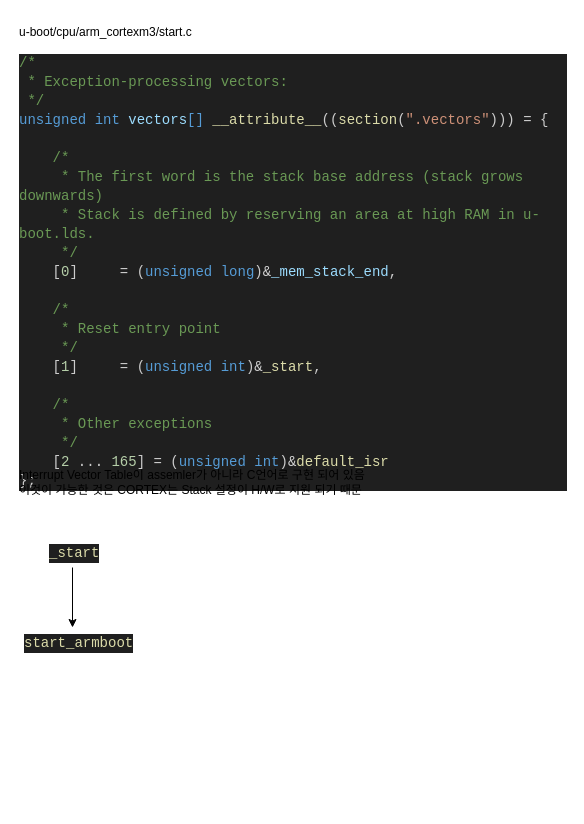
Before: u-boot source 분석.drawio in BongSeok/STM32_LINUX, a draw.io diagram. Source tidied: cells renumbered, new cells numbered last; positions are measured from the earlier drawing's top-left corner, leaving out a move shared by most shapes. Both pictures are drawn from the tidied source at 100%, with x=0, y=0 at pixel (17, 17).
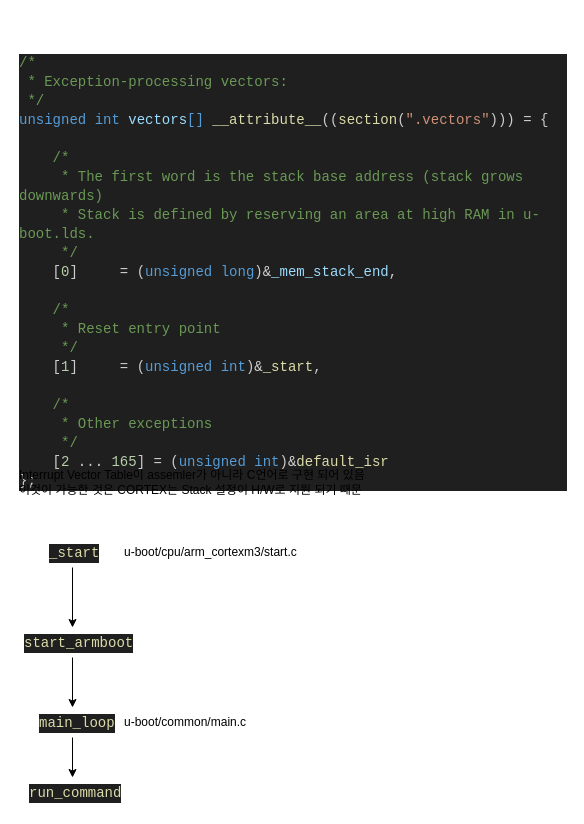
The same diagram, later.

Commit message (it also covers changes not shown here):
u-boot source 분석.drawio 업데이트

What changed in the source:
```diff
@@
 <mxGraphModel>
   <root>
     <mxCell id="0" />
     <mxCell id="1" parent="0" />
     <mxCell id="2" value="u-boot/cpu/arm_cortexm3/start.c" style="text;html=1;strokeColor=none;fillColor=none;align=left;verticalAlign=middle;whiteSpace=wrap;rounded=0;" parent="1" vertex="1">
-      <mxGeometry width="190" height="30" as="geometry" />
+      <mxGeometry x="105" y="520" width="190" height="30" as="geometry" />
     </mxCell>
     <mxCell id="3" value="&lt;div style=&quot;color: rgb(204, 204, 204); background-color: rgb(31, 31, 31); font-family: Consolas, &amp;quot;Courier New&amp;quot;, monospace; font-weight: normal; font-size: 14px; line-height: 19px;&quot;&gt;&lt;div&gt;&lt;span style=&quot;color: #6a9955;&quot;&gt;/*&lt;/span&gt;&lt;/div&gt;&lt;div&gt;&lt;span style=&quot;color: #6a9955;&quot;&gt;&amp;nbsp;* Exception-processing vectors:&lt;/span&gt;&lt;/div&gt;&lt;div&gt;&lt;span style=&quot;color: #6a9955;&quot;&gt;&amp;nbsp;*/&lt;/span&gt;&lt;/div&gt;&lt;div&gt;&lt;span style=&quot;color: #569cd6;&quot;&gt;unsigned&lt;/span&gt;&lt;span style=&quot;color: #cccccc;&quot;&gt; &lt;/span&gt;&lt;span style=&quot;color: #569cd6;&quot;&gt;int&lt;/span&gt;&lt;span style=&quot;color: #cccccc;&quot;&gt; &lt;/span&gt;&lt;span style=&quot;color: #9cdcfe;&quot;&gt;vectors&lt;/span&gt;&lt;span style=&quot;color: #569cd6;&quot;&gt;[]&lt;/span&gt;&lt;span style=&quot;color: #cccccc;&quot;&gt; &lt;/span&gt;&lt;span style=&quot;color: #dcdcaa;&quot;&gt;__attribute__&lt;/span&gt;&lt;span style=&quot;color: #cccccc;&quot;&gt;((&lt;/span&gt;&lt;span style=&quot;color: #dcdcaa;&quot;&gt;section&lt;/span&gt;&lt;span style=&quot;color: #cccccc;&quot;&gt;(&lt;/span&gt;&lt;span style=&quot;color: #ce9178;&quot;&gt;&quot;.vectors&quot;&lt;/span&gt;&lt;span style=&quot;color: #cccccc;&quot;&gt;))) &lt;/span&gt;&lt;span style=&quot;color: #d4d4d4;&quot;&gt;=&lt;/span&gt;&lt;span style=&quot;color: #cccccc;&quot;&gt; {&lt;/span&gt;&lt;/div&gt;&lt;br&gt;&lt;div&gt;&lt;span style=&quot;color: #6a9955;&quot;&gt;&amp;nbsp; &amp;nbsp; /*&lt;/span&gt;&lt;/div&gt;&lt;div&gt;&lt;span style=&quot;color: #6a9955;&quot;&gt;&amp;nbsp; &amp;nbsp; &amp;nbsp;* The first word is the stack base address (stack grows downwards)&lt;/span&gt;&lt;/div&gt;&lt;div&gt;&lt;span style=&quot;color: #6a9955;&quot;&gt;&amp;nbsp; &amp;nbsp; &amp;nbsp;* Stack is defined by reserving an area at high RAM in u-boot.lds.&lt;/span&gt;&lt;/div&gt;&lt;div&gt;&lt;span style=&quot;color: #6a9955;&quot;&gt;&amp;nbsp; &amp;nbsp; &amp;nbsp;*/&lt;/span&gt;&lt;/div&gt;&lt;div&gt;&lt;span style=&quot;color: #cccccc;&quot;&gt;&amp;nbsp; &amp;nbsp; [&lt;/span&gt;&lt;span style=&quot;color: #b5cea8;&quot;&gt;0&lt;/span&gt;&lt;span style=&quot;color: #cccccc;&quot;&gt;] &amp;nbsp; &amp;nbsp; &lt;/span&gt;&lt;span style=&quot;color: #d4d4d4;&quot;&gt;=&lt;/span&gt;&lt;span style=&quot;color: #cccccc;&quot;&gt; (&lt;/span&gt;&lt;span style=&quot;color: #569cd6;&quot;&gt;unsigned&lt;/span&gt;&lt;span style=&quot;color: #cccccc;&quot;&gt; &lt;/span&gt;&lt;span style=&quot;color: #569cd6;&quot;&gt;long&lt;/span&gt;&lt;span style=&quot;color: #cccccc;&quot;&gt;)&lt;/span&gt;&lt;span style=&quot;color: #d4d4d4;&quot;&gt;&amp;amp;&lt;/span&gt;&lt;span style=&quot;color: #9cdcfe;&quot;&gt;_mem_stack_end&lt;/span&gt;&lt;span style=&quot;color: #cccccc;&quot;&gt;,&lt;/span&gt;&lt;/div&gt;&lt;br&gt;&lt;div&gt;&lt;span style=&quot;color: #6a9955;&quot;&gt;&amp;nbsp; &amp;nbsp; /*&lt;/span&gt;&lt;/div&gt;&lt;div&gt;&lt;span style=&quot;color: #6a9955;&quot;&gt;&amp;nbsp; &amp;nbsp; &amp;nbsp;* Reset entry point&lt;/span&gt;&lt;/div&gt;&lt;div&gt;&lt;span style=&quot;color: #6a9955;&quot;&gt;&amp;nbsp; &amp;nbsp; &amp;nbsp;*/&lt;/span&gt;&lt;/div&gt;&lt;div&gt;&lt;span style=&quot;color: #cccccc;&quot;&gt;&amp;nbsp; &amp;nbsp; [&lt;/span&gt;&lt;span style=&quot;color: #b5cea8;&quot;&gt;1&lt;/span&gt;&lt;span style=&quot;color: #cccccc;&quot;&gt;] &amp;nbsp; &amp;nbsp; &lt;/span&gt;&lt;span style=&quot;color: #d4d4d4;&quot;&gt;=&lt;/span&gt;&lt;span style=&quot;color: #cccccc;&quot;&gt; (&lt;/span&gt;&lt;span style=&quot;color: #569cd6;&quot;&gt;unsigned&lt;/span&gt;&lt;span style=&quot;color: #cccccc;&quot;&gt; &lt;/span&gt;&lt;span style=&quot;color: #569cd6;&quot;&gt;int&lt;/span&gt;&lt;span style=&quot;color: #cccccc;&quot;&gt;)&lt;/span&gt;&lt;span style=&quot;color: #d4d4d4;&quot;&gt;&amp;amp;&lt;/span&gt;&lt;span style=&quot;color: #dcdcaa;&quot;&gt;_start&lt;/span&gt;&lt;span style=&quot;color: #cccccc;&quot;&gt;,&lt;/span&gt;&lt;/div&gt;&lt;br&gt;&lt;div&gt;&lt;span style=&quot;color: #6a9955;&quot;&gt;&amp;nbsp; &amp;nbsp; /*&lt;/span&gt;&lt;/div&gt;&lt;div&gt;&lt;span style=&quot;color: #6a9955;&quot;&gt;&amp;nbsp; &amp;nbsp; &amp;nbsp;* Other exceptions&lt;/span&gt;&lt;/div&gt;&lt;div&gt;&lt;span style=&quot;color: #6a9955;&quot;&gt;&amp;nbsp; &amp;nbsp; &amp;nbsp;*/&lt;/span&gt;&lt;/div&gt;&lt;div&gt;&lt;span style=&quot;color: #cccccc;&quot;&gt;&amp;nbsp; &amp;nbsp; [&lt;/span&gt;&lt;span style=&quot;color: #b5cea8;&quot;&gt;2&lt;/span&gt;&lt;span style=&quot;color: #cccccc;&quot;&gt; ... &lt;/span&gt;&lt;span style=&quot;color: #b5cea8;&quot;&gt;165&lt;/span&gt;&lt;span style=&quot;color: #cccccc;&quot;&gt;] &lt;/span&gt;&lt;span style=&quot;color: #d4d4d4;&quot;&gt;=&lt;/span&gt;&lt;span style=&quot;color: #cccccc;&quot;&gt; (&lt;/span&gt;&lt;span style=&quot;color: #569cd6;&quot;&gt;unsigned&lt;/span&gt;&lt;span style=&quot;color: #cccccc;&quot;&gt; &lt;/span&gt;&lt;span style=&quot;color: #569cd6;&quot;&gt;int&lt;/span&gt;&lt;span style=&quot;color: #cccccc;&quot;&gt;)&lt;/span&gt;&lt;span style=&quot;color: #d4d4d4;&quot;&gt;&amp;amp;&lt;/span&gt;&lt;span style=&quot;color: #dcdcaa;&quot;&gt;default_isr&lt;/span&gt;&lt;/div&gt;&lt;div&gt;&lt;span style=&quot;color: #cccccc;&quot;&gt;};&lt;/span&gt;&lt;/div&gt;&lt;/div&gt;" style="text;whiteSpace=wrap;html=1;" parent="1" vertex="1">
       <mxGeometry y="30" width="550" height="410" as="geometry" />
     </mxCell>
     <mxCell id="4" value="Interrupt Vector Table이 assemler가 아니라 C언어로 구현 되어 있음&lt;br&gt;이것이 가능한 것은 CORTEX는 Stack 설정이 H/W로 지원 되기 때문&amp;nbsp;" style="text;html=1;strokeColor=none;fillColor=none;align=left;verticalAlign=middle;whiteSpace=wrap;rounded=0;" parent="1" vertex="1">
       <mxGeometry y="450" width="380" height="30" as="geometry" />
     </mxCell>
     <mxCell id="5" style="edgeStyle=orthogonalEdgeStyle;rounded=0;jettySize=auto;html=1;exitX=0.5;exitY=1;exitDx=0;exitDy=0;" parent="1" edge="1" source="6" target="7">
       <mxGeometry relative="1" as="geometry" />
     </mxCell>
     <mxCell id="6" value="&lt;div style=&quot;color: rgb(204, 204, 204); background-color: rgb(31, 31, 31); font-family: Consolas, &amp;quot;Courier New&amp;quot;, monospace; font-weight: normal; font-size: 14px; line-height: 19px;&quot;&gt;&lt;div&gt;&lt;span style=&quot;color: #dcdcaa;&quot;&gt;_start&lt;/span&gt;&lt;/div&gt;&lt;/div&gt;" style="text;whiteSpace=wrap;html=1;" parent="1" vertex="1">
       <mxGeometry x="30" y="520" width="50" height="30" as="geometry" />
     </mxCell>
+    <mxCell id="8" style="edgeStyle=orthogonalEdgeStyle;rounded=0;jettySize=auto;html=1;exitX=0.5;exitY=1;exitDx=0;exitDy=0;entryX=0.5;entryY=0;entryDx=0;entryDy=0;" parent="1" edge="1" source="7" target="10">
+      <mxGeometry relative="1" as="geometry" />
+    </mxCell>
     <mxCell id="7" value="&lt;div style=&quot;color: rgb(204, 204, 204); background-color: rgb(31, 31, 31); font-family: Consolas, &amp;quot;Courier New&amp;quot;, monospace; font-weight: normal; font-size: 14px; line-height: 19px;&quot;&gt;&lt;div&gt;&lt;span style=&quot;color: #dcdcaa;&quot;&gt;start_armboot&lt;/span&gt;&lt;/div&gt;&lt;/div&gt;" style="text;whiteSpace=wrap;html=1;" parent="1" vertex="1">
       <mxGeometry x="5" y="610" width="100" height="30" as="geometry" />
     </mxCell>
+    <mxCell id="9" style="edgeStyle=orthogonalEdgeStyle;rounded=0;jettySize=auto;html=1;exitX=0.5;exitY=1;exitDx=0;exitDy=0;entryX=0.5;entryY=0;entryDx=0;entryDy=0;" parent="1" edge="1" source="10" target="12">
+      <mxGeometry relative="1" as="geometry" />
+    </mxCell>
+    <mxCell id="10" value="&lt;div style=&quot;color: rgb(204, 204, 204); background-color: rgb(31, 31, 31); font-family: Consolas, &amp;quot;Courier New&amp;quot;, monospace; font-weight: normal; font-size: 14px; line-height: 19px;&quot;&gt;&lt;div&gt;&lt;span style=&quot;color: #dcdcaa;&quot;&gt;main_loop&lt;/span&gt;&lt;/div&gt;&lt;/div&gt;" style="text;whiteSpace=wrap;html=1;" parent="1" vertex="1">
+      <mxGeometry x="20" y="690" width="70" height="30" as="geometry" />
+    </mxCell>
+    <mxCell id="11" value="u-boot/common/main.c" style="text;html=1;strokeColor=none;fillColor=none;align=left;verticalAlign=middle;whiteSpace=wrap;rounded=0;" parent="1" vertex="1">
+      <mxGeometry x="105" y="690" width="140" height="30" as="geometry" />
+    </mxCell>
+    <mxCell id="12" value="&lt;div style=&quot;color: rgb(204, 204, 204); background-color: rgb(31, 31, 31); font-family: Consolas, &amp;quot;Courier New&amp;quot;, monospace; font-weight: normal; font-size: 14px; line-height: 19px;&quot;&gt;&lt;div&gt;&lt;span style=&quot;color: #dcdcaa;&quot;&gt;run_command&lt;/span&gt;&lt;/div&gt;&lt;/div&gt;" style="text;whiteSpace=wrap;html=1;" parent="1" vertex="1">
+      <mxGeometry x="10" y="760" width="90" height="30" as="geometry" />
+    </mxCell>
   </root>
 </mxGraphModel>
```
